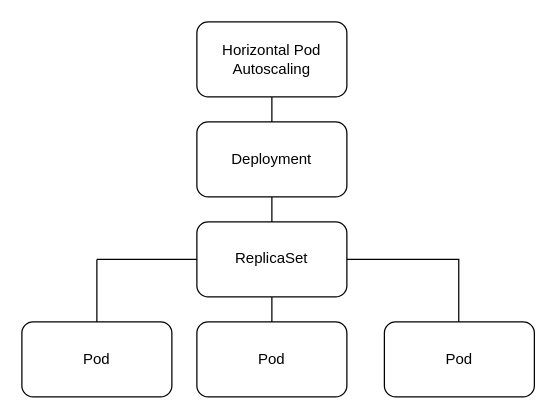
This is Deployment.drawio from balbir97/CKA, a draw.io file, before an edit. Source tidied: cells renumbered, new cells numbered last; positions are measured from the earlier drawing's top-left corner, leaving out a move shared by most shapes. Both pictures are drawn from the tidied source at 125%, with x=0, y=0 at pixel (21, 21).
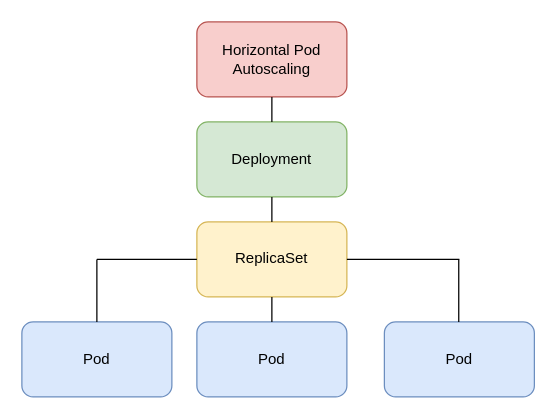
The same diagram, later.

Change to the diagram source:
```diff
@@
-    <mxCell id="2" style="rounded=1;whiteSpace=wrap;html=1;" parent="1" vertex="1">
+    <mxCell id="2" style="rounded=1;whiteSpace=wrap;html=1;fillColor=#f8cecc;strokeColor=#b85450;" parent="1" vertex="1">
       <mxGeometry x="140" width="120" height="60" as="geometry" />
     </mxCell>
-    <mxCell id="3" style="rounded=1;whiteSpace=wrap;html=1;" parent="1" vertex="1">
+    <mxCell id="3" style="rounded=1;whiteSpace=wrap;html=1;fillColor=#dae8fc;strokeColor=#6c8ebf;" parent="1" vertex="1">
       <mxGeometry x="290" y="240" width="120" height="60" as="geometry" />
     </mxCell>
-    <mxCell id="4" style="rounded=1;whiteSpace=wrap;html=1;" parent="1" vertex="1">
+    <mxCell id="4" style="rounded=1;whiteSpace=wrap;html=1;fillColor=#dae8fc;strokeColor=#6c8ebf;" parent="1" vertex="1">
       <mxGeometry x="140" y="240" width="120" height="60" as="geometry" />
     </mxCell>
-    <mxCell id="5" style="rounded=1;whiteSpace=wrap;html=1;" parent="1" vertex="1">
+    <mxCell id="5" style="rounded=1;whiteSpace=wrap;html=1;fillColor=#dae8fc;strokeColor=#6c8ebf;" parent="1" vertex="1">
       <mxGeometry y="240" width="120" height="60" as="geometry" />
     </mxCell>
-    <mxCell id="6" style="rounded=1;whiteSpace=wrap;html=1;" parent="1" vertex="1">
+    <mxCell id="6" style="rounded=1;whiteSpace=wrap;html=1;fillColor=#fff2cc;strokeColor=#d6b656;" parent="1" vertex="1">
       <mxGeometry x="140" y="160" width="120" height="60" as="geometry" />
     </mxCell>
-    <mxCell id="7" style="rounded=1;whiteSpace=wrap;html=1;" parent="1" vertex="1">
+    <mxCell id="7" style="rounded=1;whiteSpace=wrap;html=1;fillColor=#d5e8d4;strokeColor=#82b366;" parent="1" vertex="1">
       <mxGeometry x="140" y="80" width="120" height="60" as="geometry" />
     </mxCell>
```
